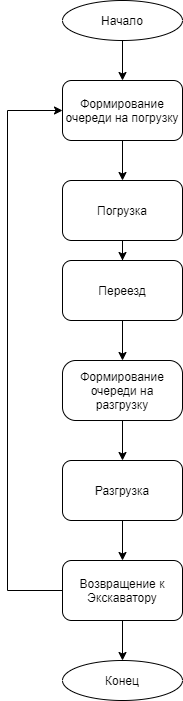
The draw.io diagram start block cxeme.png in monsegard/praktik, before a commit. Source tidied: cells renumbered, new cells last; positions are measured from the earlier drawing's top-left corner, leaving out a move shared by most shapes.
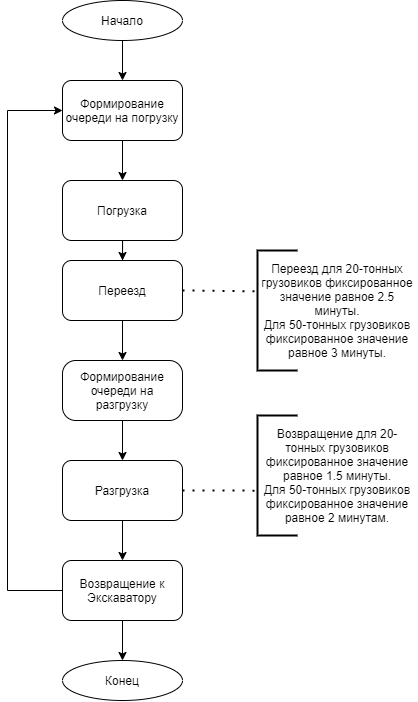
The same diagram one commit later.

The edit, as a diff of the source:
```diff
@@ -55,5 +55,23 @@
     <mxCell id="17" value="Конец" style="ellipse;whiteSpace=wrap;html=1;fillColor=#ffffff;" parent="1" vertex="1">
       <mxGeometry x="55" y="660" width="120" height="40" as="geometry" />
     </mxCell>
+    <mxCell id="18" style="strokeWidth=2;html=1;shape=mxgraph.flowchart.annotation_1;align=left;" parent="1" vertex="1">
+      <mxGeometry x="250" y="250" width="40" height="120" as="geometry" />
+    </mxCell>
+    <mxCell id="19" style="endArrow=none;html=1;strokeWidth=2;entryX=-0.002;entryY=0.372;entryDx=0;entryDy=0;entryPerimeter=0;exitX=1;exitY=0.5;exitDx=0;exitDy=0;dashed=1;dashPattern=1 4;" parent="1" edge="1" source="7" target="20">
+      <mxGeometry relative="1" as="geometry" />
+    </mxCell>
+    <mxCell id="20" value="Переезд для 20-тонных грузовиков фиксированное значение равное 2.5 минуты.&lt;br&gt;Для 50-тонных грузовиков фиксированное значение равное 3 минуты." style="text;html=1;strokeColor=none;fillColor=none;align=center;verticalAlign=middle;whiteSpace=wrap;rounded=0;" parent="1" vertex="1">
+      <mxGeometry x="250" y="235" width="160" height="150" as="geometry" />
+    </mxCell>
+    <mxCell id="21" style="strokeWidth=2;html=1;shape=mxgraph.flowchart.annotation_1;align=left;" parent="1" vertex="1">
+      <mxGeometry x="250" y="415" width="40" height="120" as="geometry" />
+    </mxCell>
+    <mxCell id="22" value="Возвращение для 20-тонных грузовиков фиксированное значение равное 1.5 минуты.&lt;br&gt;Для 50-тонных грузовиков фиксированное значение равное 2 минутам." style="text;html=1;strokeColor=none;fillColor=none;align=center;verticalAlign=middle;whiteSpace=wrap;rounded=0;" parent="1" vertex="1">
+      <mxGeometry x="250" y="400" width="160" height="150" as="geometry" />
+    </mxCell>
+    <mxCell id="23" style="endArrow=none;html=1;strokeWidth=2;entryX=0.004;entryY=0.601;entryDx=0;entryDy=0;entryPerimeter=0;exitX=1;exitY=0.5;exitDx=0;exitDy=0;dashed=1;dashPattern=1 4;" parent="1" edge="1" source="11" target="22">
+      <mxGeometry relative="1" as="geometry" />
+    </mxCell>
   </root>
 </mxGraphModel>
```
